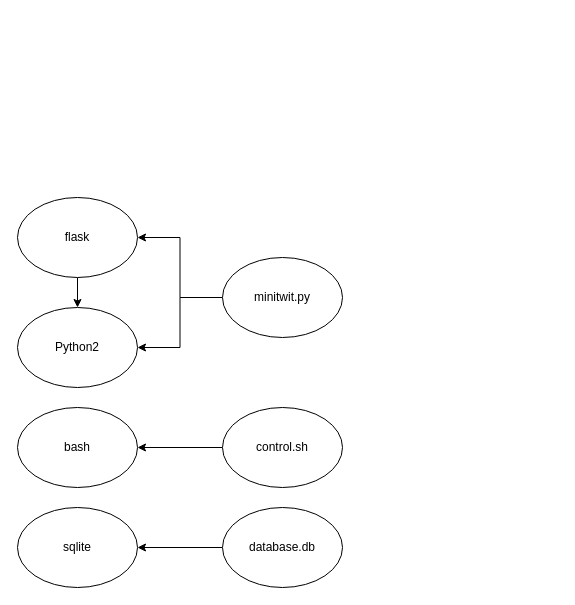
ITU-DevOps2024-Ben10/ITU-minitwit keeps this draw.io diagram as DependencyDiagram.drawio. Above is the earlier version. Source tidied: cells renumbered, new cells numbered last; positions are measured from the earlier drawing's top-left corner, leaving out a move shared by most shapes. Both pictures are drawn from the tidied source at 100%, with x=0, y=0 at pixel (17, 197).
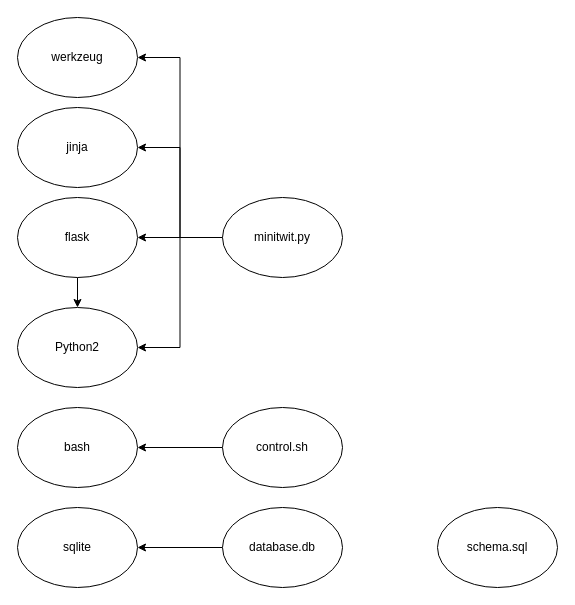
After the change.

Change to the diagram source:
```diff
@@
 <mxGraphModel>
   <root>
     <mxCell id="0" />
     <mxCell id="1" parent="0" />
     <mxCell id="2" value="Python2" style="ellipse;whiteSpace=wrap;html=1;" parent="1" vertex="1">
       <mxGeometry y="110" width="120" height="80" as="geometry" />
     </mxCell>
+    <mxCell id="4" style="edgeStyle=orthogonalEdgeStyle;rounded=0;jettySize=auto;html=1;entryX=1;entryY=0.5;entryDx=0;entryDy=0;" parent="1" edge="1" source="5" target="7">
+      <mxGeometry relative="1" as="geometry" />
+    </mxCell>
-    <mxCell id="3" style="edgeStyle=orthogonalEdgeStyle;rounded=0;jettySize=auto;html=1;" parent="1" edge="1" source="5" target="2">
+    <mxCell id="3" style="edgeStyle=orthogonalEdgeStyle;rounded=0;jettySize=auto;html=1;entryX=1;entryY=0.5;entryDx=0;entryDy=0;" parent="1" edge="1" source="5" target="2">
       <mxGeometry relative="1" as="geometry" />
     </mxCell>
-    <mxCell id="4" style="edgeStyle=orthogonalEdgeStyle;rounded=0;jettySize=auto;html=1;" parent="1" edge="1" source="5" target="7">
-      <mxGeometry relative="1" as="geometry" />
-    </mxCell>
+    <mxCell id="14" style="edgeStyle=orthogonalEdgeStyle;rounded=0;jettySize=auto;html=1;entryX=1;entryY=0.5;entryDx=0;entryDy=0;" parent="1" edge="1" source="5" target="17">
+      <mxGeometry relative="1" as="geometry" />
+    </mxCell>
+    <mxCell id="15" style="edgeStyle=orthogonalEdgeStyle;rounded=0;jettySize=auto;html=1;entryX=1;entryY=0.5;entryDx=0;entryDy=0;" parent="1" edge="1" source="5" target="18">
+      <mxGeometry relative="1" as="geometry" />
+    </mxCell>
     <mxCell id="5" value="minitwit.py" style="ellipse;whiteSpace=wrap;html=1;" parent="1" vertex="1">
-      <mxGeometry x="205" y="60" width="120" height="80" as="geometry" />
+      <mxGeometry x="205" width="120" height="80" as="geometry" />
     </mxCell>
     <mxCell id="6" style="edgeStyle=orthogonalEdgeStyle;rounded=0;jettySize=auto;html=1;entryX=0.5;entryY=0;entryDx=0;entryDy=0;" parent="1" edge="1" source="7" target="2">
       <mxGeometry relative="1" as="geometry" />
     </mxCell>
     <mxCell id="7" value="flask" style="ellipse;whiteSpace=wrap;html=1;" parent="1" vertex="1">
       <mxGeometry width="120" height="80" as="geometry" />
     </mxCell>
     <mxCell id="8" style="edgeStyle=orthogonalEdgeStyle;rounded=0;jettySize=auto;html=1;" parent="1" edge="1" source="9" target="10">
       <mxGeometry relative="1" as="geometry" />
     </mxCell>
     <mxCell id="9" value="control.sh" style="ellipse;whiteSpace=wrap;html=1;" parent="1" vertex="1">
       <mxGeometry x="205" y="210" width="120" height="80" as="geometry" />
     </mxCell>
     <mxCell id="10" value="bash" style="ellipse;whiteSpace=wrap;html=1;" parent="1" vertex="1">
       <mxGeometry y="210" width="120" height="80" as="geometry" />
     </mxCell>
     <mxCell id="11" style="edgeStyle=orthogonalEdgeStyle;rounded=0;jettySize=auto;html=1;" parent="1" edge="1" source="12" target="13">
       <mxGeometry relative="1" as="geometry" />
     </mxCell>
     <mxCell id="12" value="database.db" style="ellipse;whiteSpace=wrap;html=1;" parent="1" vertex="1">
       <mxGeometry x="205" y="310" width="120" height="80" as="geometry" />
     </mxCell>
     <mxCell id="13" value="sqlite" style="ellipse;whiteSpace=wrap;html=1;" parent="1" vertex="1">
       <mxGeometry y="310" width="120" height="80" as="geometry" />
     </mxCell>
+    <mxCell id="16" value="schema.sql" style="ellipse;whiteSpace=wrap;html=1;" parent="1" vertex="1">
+      <mxGeometry x="420" y="310" width="120" height="80" as="geometry" />
+    </mxCell>
+    <mxCell id="17" value="jinja" style="ellipse;whiteSpace=wrap;html=1;" parent="1" vertex="1">
+      <mxGeometry y="-90" width="120" height="80" as="geometry" />
+    </mxCell>
+    <mxCell id="18" value="werkzeug" style="ellipse;whiteSpace=wrap;html=1;" parent="1" vertex="1">
+      <mxGeometry y="-180" width="120" height="80" as="geometry" />
+    </mxCell>
   </root>
 </mxGraphModel>
```
